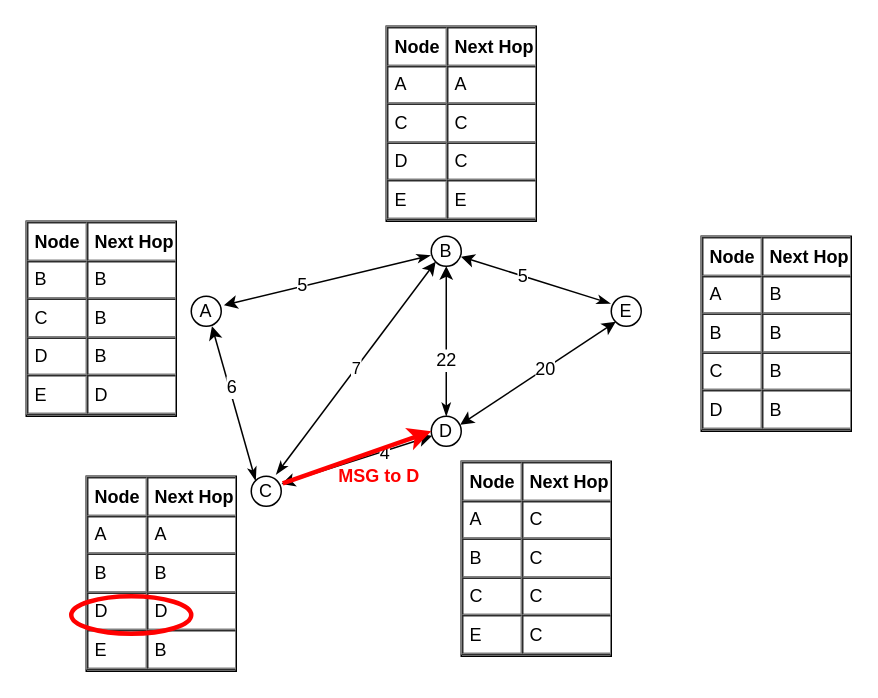
Above: img/DV_routing_msg3.drawio in mngr0/wireless_presentation (draw.io), before the change. Source tidied: cells renumbered, new cells numbered last; positions are measured from the earlier drawing's top-left corner, leaving out a move shared by most shapes. Both pictures are drawn from the tidied source at 150%, with x=0, y=0 at pixel (26, 26).
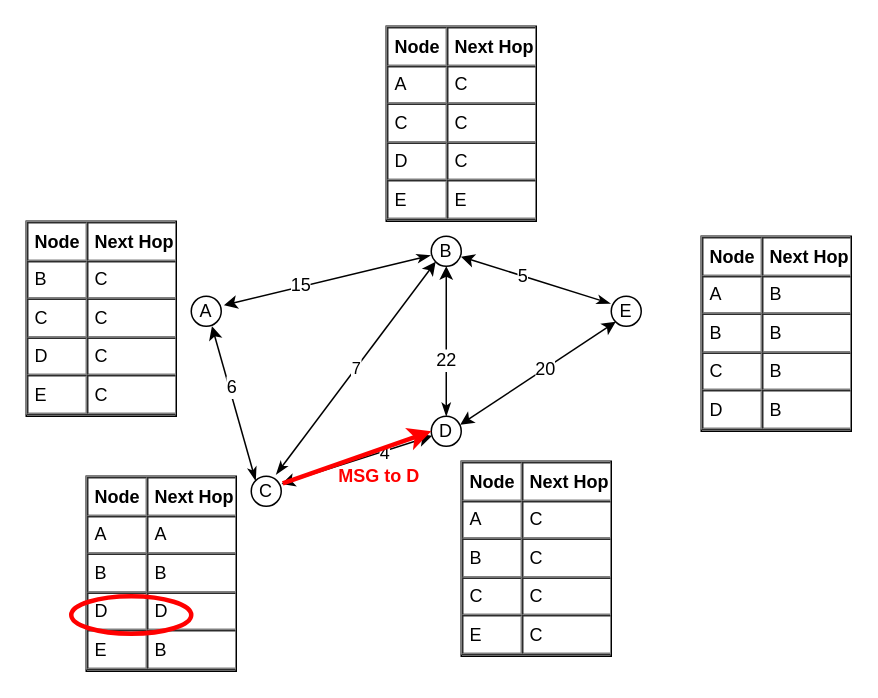
The same diagram, later.

The change refers to these unchanged cells:
```xml
<mxCell id="18" style="endArrow=classic;html=1;exitX=-0.03;exitY=0.64;exitDx=0;exitDy=0;entryX=1.09;entryY=0.3;entryDx=0;entryDy=0;startArrow=classicThin;startFill=1;entryPerimeter=0;exitPerimeter=0;" parent="1" edge="1" source="6" target="2">
  <mxGeometry relative="1" as="geometry" />
</mxCell>
```

The edit, as a diff of the source:
```diff
@@
-    <mxCell id="19" value="&lt;div&gt;5&lt;/div&gt;" style="text;html=1;align=center;verticalAlign=middle;labelBackgroundColor=#ffffff;" parent="18" vertex="1">
-      <mxGeometry x="0.25" y="-1" relative="1" as="geometry" />
+    <mxCell id="19" value="15" style="text;html=1;align=center;verticalAlign=middle;labelBackgroundColor=#ffffff;" parent="18" vertex="1">
+      <mxGeometry x="0.25" y="-1" relative="1" as="geometry">
+        <mxPoint x="-1" as="offset" />
+      </mxGeometry>
     </mxCell>
@@
-    <mxCell id="22" value="&lt;table style=&quot;font-size: 1em ; width: 100% ; height: 100%&quot; cellspacing=&quot;0&quot; cellpadding=&quot;4&quot; border=&quot;1&quot;&gt;&lt;tbody&gt;&lt;tr&gt;&lt;th&gt;Node&lt;br&gt;&lt;/th&gt;&lt;th&gt;Next Hop&lt;br&gt;&lt;/th&gt;&lt;/tr&gt;&lt;tr&gt;&lt;td&gt;A&lt;br&gt;&lt;/td&gt;&lt;td&gt;A&lt;br&gt;&lt;/td&gt;&lt;/tr&gt;&lt;tr&gt;&lt;td&gt;C&lt;br&gt;&lt;/td&gt;&lt;td&gt;C&lt;br&gt;&lt;/td&gt;&lt;/tr&gt;&lt;tr&gt;&lt;td&gt;D&lt;br&gt;&lt;/td&gt;&lt;td&gt;C&lt;br&gt;&lt;/td&gt;&lt;/tr&gt;&lt;tr&gt;&lt;td&gt;E&lt;/td&gt;&lt;td&gt;E&lt;/td&gt;&lt;/tr&gt;&lt;/tbody&gt;&lt;/table&gt; " style="verticalAlign=top;align=left;overflow=fill;fontSize=12;fontFamily=Helvetica;html=1;" parent="1" vertex="1">
+    <mxCell id="22" value="&lt;table style=&quot;font-size: 1em ; width: 100% ; height: 100%&quot; cellspacing=&quot;0&quot; cellpadding=&quot;4&quot; border=&quot;1&quot;&gt;&lt;tbody&gt;&lt;tr&gt;&lt;th&gt;Node&lt;br&gt;&lt;/th&gt;&lt;th&gt;Next Hop&lt;br&gt;&lt;/th&gt;&lt;/tr&gt;&lt;tr&gt;&lt;td&gt;A&lt;br&gt;&lt;/td&gt;&lt;td&gt;C&lt;br&gt;&lt;/td&gt;&lt;/tr&gt;&lt;tr&gt;&lt;td&gt;C&lt;br&gt;&lt;/td&gt;&lt;td&gt;C&lt;br&gt;&lt;/td&gt;&lt;/tr&gt;&lt;tr&gt;&lt;td&gt;D&lt;br&gt;&lt;/td&gt;&lt;td&gt;C&lt;br&gt;&lt;/td&gt;&lt;/tr&gt;&lt;tr&gt;&lt;td&gt;E&lt;/td&gt;&lt;td&gt;E&lt;/td&gt;&lt;/tr&gt;&lt;/tbody&gt;&lt;/table&gt; " style="verticalAlign=top;align=left;overflow=fill;fontSize=12;fontFamily=Helvetica;html=1;" parent="1" vertex="1">
       <mxGeometry x="240" width="100" height="130" as="geometry" />
     </mxCell>
-    <mxCell id="23" value="&lt;table style=&quot;font-size: 1em ; width: 100% ; height: 100%&quot; cellspacing=&quot;0&quot; cellpadding=&quot;4&quot; border=&quot;1&quot;&gt;&lt;tbody&gt;&lt;tr&gt;&lt;th&gt;Node&lt;br&gt;&lt;/th&gt;&lt;th&gt;Next Hop&lt;br&gt;&lt;/th&gt;&lt;/tr&gt;&lt;tr&gt;&lt;td&gt;B&lt;br&gt;&lt;/td&gt;&lt;td&gt;B&lt;br&gt;&lt;/td&gt;&lt;/tr&gt;&lt;tr&gt;&lt;td&gt;C&lt;br&gt;&lt;/td&gt;&lt;td&gt;B&lt;br&gt;&lt;/td&gt;&lt;/tr&gt;&lt;tr&gt;&lt;td&gt;D&lt;br&gt;&lt;/td&gt;&lt;td&gt;B&lt;br&gt;&lt;/td&gt;&lt;/tr&gt;&lt;tr&gt;&lt;td&gt;E&lt;/td&gt;&lt;td&gt;D&lt;/td&gt;&lt;/tr&gt;&lt;/tbody&gt;&lt;/table&gt; " style="verticalAlign=top;align=left;overflow=fill;fontSize=12;fontFamily=Helvetica;html=1;" parent="1" vertex="1">
+    <mxCell id="23" value="&lt;table style=&quot;font-size: 1em ; width: 100% ; height: 100%&quot; cellspacing=&quot;0&quot; cellpadding=&quot;4&quot; border=&quot;1&quot;&gt;&lt;tbody&gt;&lt;tr&gt;&lt;th&gt;Node&lt;br&gt;&lt;/th&gt;&lt;th&gt;Next Hop&lt;br&gt;&lt;/th&gt;&lt;/tr&gt;&lt;tr&gt;&lt;td&gt;B&lt;br&gt;&lt;/td&gt;&lt;td&gt;C&lt;br&gt;&lt;/td&gt;&lt;/tr&gt;&lt;tr&gt;&lt;td&gt;C&lt;br&gt;&lt;/td&gt;&lt;td&gt;C&lt;br&gt;&lt;/td&gt;&lt;/tr&gt;&lt;tr&gt;&lt;td&gt;D&lt;br&gt;&lt;/td&gt;&lt;td&gt;C&lt;br&gt;&lt;/td&gt;&lt;/tr&gt;&lt;tr&gt;&lt;td&gt;E&lt;/td&gt;&lt;td&gt;C&lt;br&gt;&lt;/td&gt;&lt;/tr&gt;&lt;/tbody&gt;&lt;/table&gt; " style="verticalAlign=top;align=left;overflow=fill;fontSize=12;fontFamily=Helvetica;html=1;" parent="1" vertex="1">
       <mxGeometry y="130" width="100" height="130" as="geometry" />
     </mxCell>
```
